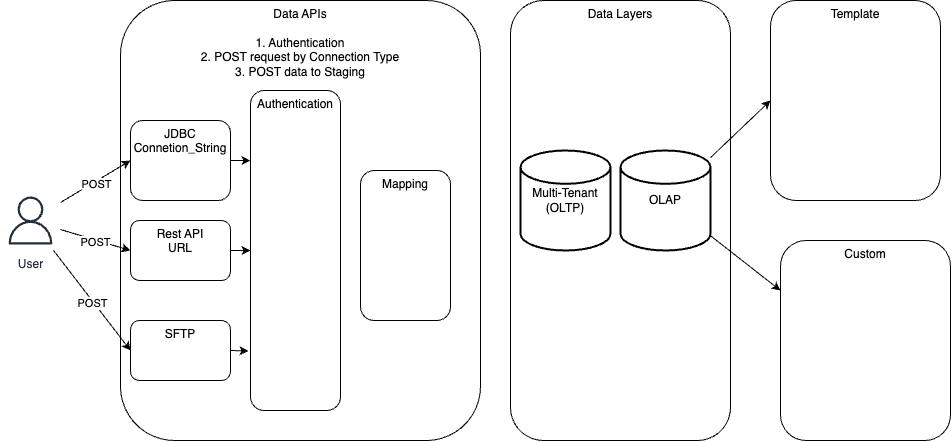
This is publics/assets/concepture-design.png from longbuivan/datasas, a draw.io export, as it was before one commit. Source tidied: cells renumbered, new cells last; positions are measured from the earlier drawing's top-left corner, leaving out a move shared by most shapes.
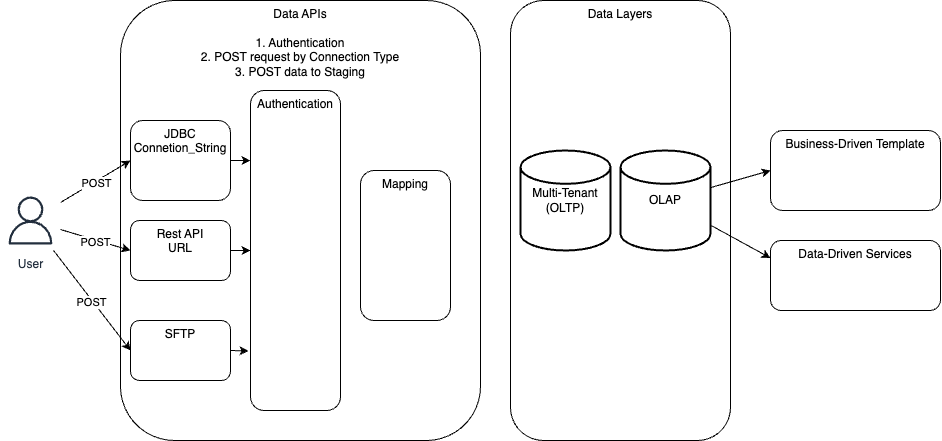
After the commit.

What changed in the source:
```diff
@@ -35,11 +35,11 @@
     <mxCell id="12" value="OLAP" style="strokeWidth=2;html=1;shape=mxgraph.flowchart.database;whiteSpace=wrap;" parent="1" vertex="1">
       <mxGeometry x="620" y="150" width="90" height="100" as="geometry" />
     </mxCell>
-    <mxCell id="13" value="Template" style="rounded=1;whiteSpace=wrap;html=1;verticalAlign=top;" parent="1" vertex="1">
-      <mxGeometry x="770" width="170" height="200" as="geometry" />
+    <mxCell id="13" value="Business-Driven Template" style="rounded=1;whiteSpace=wrap;html=1;verticalAlign=top;" parent="1" vertex="1">
+      <mxGeometry x="770" y="130" width="170" height="80" as="geometry" />
     </mxCell>
-    <mxCell id="14" value="Custom" style="rounded=1;whiteSpace=wrap;html=1;verticalAlign=top;" parent="1" vertex="1">
-      <mxGeometry x="780" y="240" width="170" height="200" as="geometry" />
+    <mxCell id="14" value="Data-Driven Services" style="rounded=1;whiteSpace=wrap;html=1;verticalAlign=top;" parent="1" vertex="1">
+      <mxGeometry x="770" y="240" width="170" height="70" as="geometry" />
     </mxCell>
     <mxCell id="15" value="Multi-Tenant&lt;br&gt;(OLTP)" style="strokeWidth=2;html=1;shape=mxgraph.flowchart.database;whiteSpace=wrap;" parent="1" vertex="1">
       <mxGeometry x="520" y="150" width="90" height="100" as="geometry" />
```
